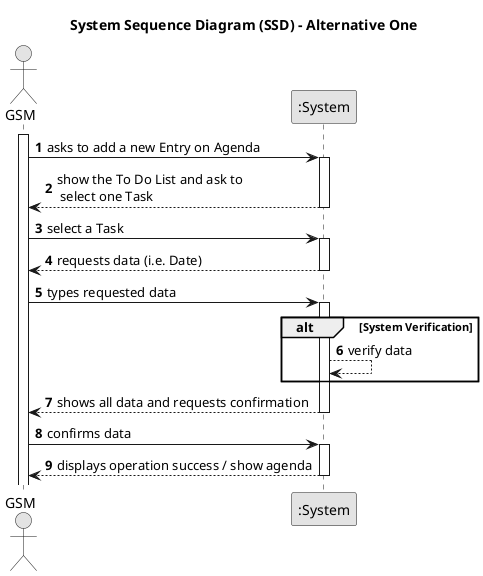
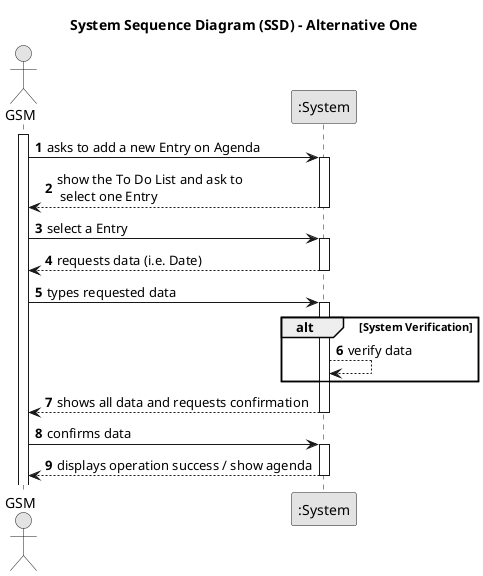
@startuml
skinparam monochrome true
skinparam packageStyle rectangle
skinparam shadowing false

title System Sequence Diagram (SSD) - Alternative One

autonumber

actor "GSM" as Manager
participant ":System" as System

activate Manager

    Manager -> System : asks to add a new Entry on Agenda
    activate System

-     System --> Manager : show the To Do List and ask to \n select one Task
+     System --> Manager : show the To Do List and ask to \n select one Entry
    deactivate System

-     Manager -> System : select a Task
+     Manager -> System : select a Entry
    activate System

        System --> Manager : requests data (i.e. Date)
    deactivate System

   Manager  -> System : types requested data
    activate System

    alt System Verification
    System --> System  : verify data
    end

        System --> Manager  : shows all data and requests confirmation
    deactivate System

    Manager  -> System : confirms data
    activate System

        System --> Manager : displays operation success / show agenda
    deactivate System

@enduml